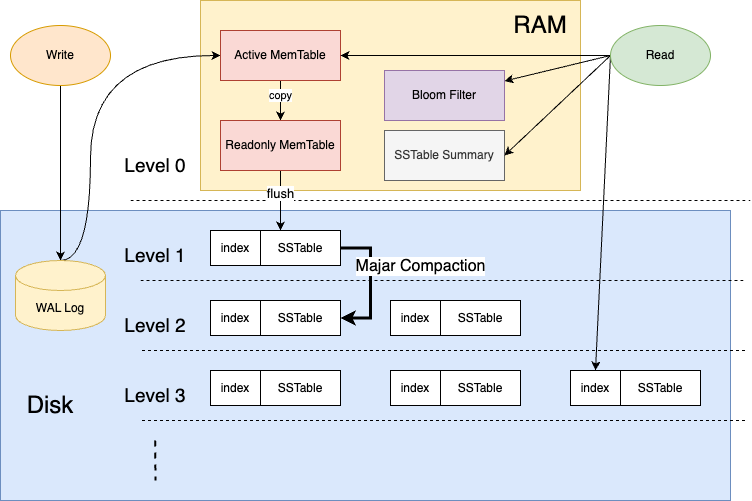
Earlier version of the draw.io export images/java/lsm-tree-structure.drawio.png (Shaun2016/Shaun2016.github.io). Source tidied: cells renumbered, new cells last; positions are measured from the earlier drawing's top-left corner, leaving out a move shared by most shapes. Its diagram source:
```xml
<mxGraphModel>
  <root>
    <mxCell id="0" />
    <mxCell id="1" parent="0" />
    <mxCell id="2" style="rounded=0;whiteSpace=wrap;html=1;fillColor=#fff2cc;strokeColor=#d6b656;" parent="1" vertex="1">
      <mxGeometry x="200" width="380" height="190" as="geometry" />
    </mxCell>
    <mxCell id="3" style="rounded=0;whiteSpace=wrap;html=1;fillColor=#dae8fc;strokeColor=#6c8ebf;" parent="1" vertex="1">
      <mxGeometry y="210" width="730" height="290" as="geometry" />
    </mxCell>
    <mxCell id="4" style="edgeStyle=orthogonalEdgeStyle;rounded=0;jettySize=auto;html=1;exitX=0.5;exitY=1;exitDx=0;exitDy=0;" parent="1" edge="1" source="5" target="8">
      <mxGeometry relative="1" as="geometry" />
    </mxCell>
    <mxCell id="5" value="Write" style="ellipse;whiteSpace=wrap;html=1;fillColor=#ffe6cc;strokeColor=#d79b00;" parent="1" vertex="1">
      <mxGeometry x="10" y="25" width="100" height="60" as="geometry" />
    </mxCell>
    <mxCell id="6" value="Disk" style="text;html=1;align=center;verticalAlign=middle;whiteSpace=wrap;rounded=0;fontSize=24;" parent="1" vertex="1">
      <mxGeometry x="20" y="390" width="60" height="30" as="geometry" />
    </mxCell>
    <mxCell id="7" style="rounded=0;jettySize=auto;html=1;entryX=0;entryY=0.5;entryDx=0;entryDy=0;exitX=0.5;exitY=0;exitDx=0;exitDy=0;exitPerimeter=0;edgeStyle=orthogonalEdgeStyle;curved=1;" parent="1" edge="1" source="8" target="11">
      <mxGeometry relative="1" as="geometry">
        <Array as="points">
          <mxPoint x="90" y="260" />
          <mxPoint x="90" y="55" />
        </Array>
      </mxGeometry>
    </mxCell>
    <mxCell id="8" value="WAL Log" style="shape=cylinder3;whiteSpace=wrap;html=1;boundedLbl=1;backgroundOutline=1;size=15;fillColor=#fff2cc;strokeColor=#d6b656;" parent="1" vertex="1">
      <mxGeometry x="15" y="260" width="90" height="70" as="geometry" />
    </mxCell>
    <mxCell id="9" style="edgeStyle=orthogonalEdgeStyle;rounded=0;jettySize=auto;html=1;" parent="1" edge="1" source="11" target="50">
      <mxGeometry relative="1" as="geometry" />
    </mxCell>
    <mxCell id="10" value="copy" style="edgeLabel;html=1;align=center;verticalAlign=middle;" parent="9" vertex="1">
      <mxGeometry x="0.01" relative="1" as="geometry">
        <mxPoint y="-5" as="offset" />
      </mxGeometry>
    </mxCell>
    <mxCell id="11" value="Active MemTable" style="rounded=0;whiteSpace=wrap;html=1;fillColor=#fad9d5;strokeColor=#ae4132;" parent="1" vertex="1">
      <mxGeometry x="220" y="30" width="120" height="50" as="geometry" />
    </mxCell>
    <mxCell id="12" value="RAM" style="text;html=1;align=center;verticalAlign=middle;whiteSpace=wrap;rounded=0;fontSize=24;" parent="1" vertex="1">
      <mxGeometry x="510" y="10" width="60" height="30" as="geometry" />
    </mxCell>
    <mxCell id="13" value="Bloom Filter" style="rounded=0;whiteSpace=wrap;html=1;fillColor=#e1d5e7;strokeColor=#9673a6;" parent="1" vertex="1">
      <mxGeometry x="384" y="70" width="120" height="50" as="geometry" />
    </mxCell>
    <mxCell id="14" value="SSTable Summary" style="rounded=0;whiteSpace=wrap;html=1;fillColor=#f5f5f5;fontColor=#333333;strokeColor=#666666;" parent="1" vertex="1">
      <mxGeometry x="384" y="130" width="120" height="50" as="geometry" />
    </mxCell>
    <mxCell id="15" style="edgeStyle=orthogonalEdgeStyle;rounded=0;jettySize=auto;html=1;exitX=0;exitY=0.5;exitDx=0;exitDy=0;" parent="1" edge="1" source="19" target="11">
      <mxGeometry relative="1" as="geometry" />
    </mxCell>
    <mxCell id="16" style="rounded=0;jettySize=auto;html=1;exitX=0;exitY=0.5;exitDx=0;exitDy=0;" parent="1" edge="1" source="19" target="13">
      <mxGeometry relative="1" as="geometry" />
    </mxCell>
    <mxCell id="17" style="rounded=0;jettySize=auto;html=1;entryX=1;entryY=0.5;entryDx=0;entryDy=0;exitX=0;exitY=0.5;exitDx=0;exitDy=0;" parent="1" edge="1" source="19" target="14">
      <mxGeometry relative="1" as="geometry" />
    </mxCell>
    <mxCell id="18" style="rounded=0;jettySize=auto;html=1;exitX=0;exitY=0.5;exitDx=0;exitDy=0;entryX=0.5;entryY=0;entryDx=0;entryDy=0;" parent="1" edge="1" source="19" target="44">
      <mxGeometry relative="1" as="geometry" />
    </mxCell>
    <mxCell id="19" value="Read" style="ellipse;whiteSpace=wrap;html=1;fillColor=#d5e8d4;strokeColor=#82b366;" parent="1" vertex="1">
      <mxGeometry x="610" y="25" width="100" height="60" as="geometry" />
    </mxCell>
    <mxCell id="20" style="endArrow=none;dashed=1;html=1;rounded=0;" parent="1" edge="1">
      <mxGeometry relative="1" as="geometry">
        <mxPoint x="130" y="200" as="sourcePoint" />
        <mxPoint x="750" y="200" as="targetPoint" />
      </mxGeometry>
    </mxCell>
    <mxCell id="21" value="Level 0" style="text;html=1;align=center;verticalAlign=middle;whiteSpace=wrap;rounded=0;fontSize=19;" parent="1" vertex="1">
      <mxGeometry x="110" y="150" width="90" height="30" as="geometry" />
    </mxCell>
    <mxCell id="22" style="endArrow=none;dashed=1;html=1;rounded=0;" parent="1" edge="1">
      <mxGeometry relative="1" as="geometry">
        <mxPoint x="140" y="280" as="sourcePoint" />
        <mxPoint x="745" y="280" as="targetPoint" />
      </mxGeometry>
    </mxCell>
    <mxCell id="23" value="Level 1" style="text;html=1;align=center;verticalAlign=middle;whiteSpace=wrap;rounded=0;fontSize=19;" parent="1" vertex="1">
      <mxGeometry x="110" y="240" width="90" height="30" as="geometry" />
    </mxCell>
    <mxCell id="24" style="endArrow=none;dashed=1;html=1;rounded=0;" parent="1" edge="1">
      <mxGeometry relative="1" as="geometry">
        <mxPoint x="141.5" y="350" as="sourcePoint" />
        <mxPoint x="746.5" y="350" as="targetPoint" />
      </mxGeometry>
    </mxCell>
    <mxCell id="25" value="Level 2" style="text;html=1;align=center;verticalAlign=middle;whiteSpace=wrap;rounded=0;fontSize=19;" parent="1" vertex="1">
      <mxGeometry x="110" y="310" width="90" height="30" as="geometry" />
    </mxCell>
    <mxCell id="26" style="endArrow=none;dashed=1;html=1;rounded=0;" parent="1" edge="1">
      <mxGeometry relative="1" as="geometry">
        <mxPoint x="141.5" y="420" as="sourcePoint" />
        <mxPoint x="746.5" y="420" as="targetPoint" />
      </mxGeometry>
    </mxCell>
    <mxCell id="27" value="Level 3" style="text;html=1;align=center;verticalAlign=middle;whiteSpace=wrap;rounded=0;fontSize=19;" parent="1" vertex="1">
      <mxGeometry x="110" y="380" width="90" height="30" as="geometry" />
    </mxCell>
    <mxCell id="28" style="group;fillColor=#e1d5e7;strokeColor=#9673a6;" parent="1" vertex="1">
      <mxGeometry x="210" y="230" width="130" height="35" as="geometry" />
    </mxCell>
    <mxCell id="29" value="index" style="rounded=0;whiteSpace=wrap;html=1;" parent="28" vertex="1">
      <mxGeometry width="50" height="35" as="geometry" />
    </mxCell>
    <mxCell id="30" value="SSTable" style="rounded=0;whiteSpace=wrap;html=1;" parent="28" vertex="1">
      <mxGeometry x="50" width="80" height="35" as="geometry" />
    </mxCell>
    <mxCell id="31" style="group;" parent="1" vertex="1">
      <mxGeometry x="210" y="300" width="130" height="35" as="geometry" />
    </mxCell>
    <mxCell id="32" value="index" style="rounded=0;whiteSpace=wrap;html=1;" parent="31" vertex="1">
      <mxGeometry width="50" height="35" as="geometry" />
    </mxCell>
    <mxCell id="33" value="SSTable" style="rounded=0;whiteSpace=wrap;html=1;" parent="31" vertex="1">
      <mxGeometry x="50" width="80" height="35" as="geometry" />
    </mxCell>
    <mxCell id="34" style="group;" parent="1" vertex="1">
      <mxGeometry x="390" y="300" width="130" height="35" as="geometry" />
    </mxCell>
    <mxCell id="35" value="index" style="rounded=0;whiteSpace=wrap;html=1;" parent="34" vertex="1">
      <mxGeometry width="50" height="35" as="geometry" />
    </mxCell>
    <mxCell id="36" value="SSTable" style="rounded=0;whiteSpace=wrap;html=1;" parent="34" vertex="1">
      <mxGeometry x="50" width="80" height="35" as="geometry" />
    </mxCell>
    <mxCell id="37" style="group;" parent="1" vertex="1">
      <mxGeometry x="210" y="370" width="130" height="35" as="geometry" />
    </mxCell>
    <mxCell id="38" value="index" style="rounded=0;whiteSpace=wrap;html=1;" parent="37" vertex="1">
      <mxGeometry width="50" height="35" as="geometry" />
    </mxCell>
    <mxCell id="39" value="SSTable" style="rounded=0;whiteSpace=wrap;html=1;" parent="37" vertex="1">
      <mxGeometry x="50" width="80" height="35" as="geometry" />
    </mxCell>
    <mxCell id="40" style="group;" parent="1" vertex="1">
      <mxGeometry x="390" y="370" width="130" height="35" as="geometry" />
    </mxCell>
    <mxCell id="41" value="index" style="rounded=0;whiteSpace=wrap;html=1;" parent="40" vertex="1">
      <mxGeometry width="50" height="35" as="geometry" />
    </mxCell>
    <mxCell id="42" value="SSTable" style="rounded=0;whiteSpace=wrap;html=1;" parent="40" vertex="1">
      <mxGeometry x="50" width="80" height="35" as="geometry" />
    </mxCell>
    <mxCell id="43" style="group;" parent="1" vertex="1">
      <mxGeometry x="570" y="370" width="130" height="35" as="geometry" />
    </mxCell>
    <mxCell id="44" value="index" style="rounded=0;whiteSpace=wrap;html=1;" parent="43" vertex="1">
      <mxGeometry width="50" height="35" as="geometry" />
    </mxCell>
    <mxCell id="45" value="SSTable" style="rounded=0;whiteSpace=wrap;html=1;" parent="43" vertex="1">
      <mxGeometry x="50" width="80" height="35" as="geometry" />
    </mxCell>
    <mxCell id="46" style="edgeStyle=orthogonalEdgeStyle;rounded=0;jettySize=auto;html=1;exitX=1;exitY=0.5;exitDx=0;exitDy=0;entryX=1;entryY=0.5;entryDx=0;entryDy=0;strokeWidth=3;" parent="1" edge="1" source="30" target="33">
      <mxGeometry relative="1" as="geometry">
        <Array as="points">
          <mxPoint x="370" y="248" />
          <mxPoint x="370" y="318" />
        </Array>
      </mxGeometry>
    </mxCell>
    <mxCell id="47" value="Majar Compaction" style="edgeLabel;html=1;align=center;verticalAlign=middle;fontSize=16;" parent="46" vertex="1">
      <mxGeometry x="-0.15" y="3" relative="1" as="geometry">
        <mxPoint x="47" y="-7" as="offset" />
      </mxGeometry>
    </mxCell>
    <mxCell id="48" style="edgeStyle=orthogonalEdgeStyle;rounded=0;jettySize=auto;html=1;entryX=0.25;entryY=0;entryDx=0;entryDy=0;" parent="1" edge="1" source="50" target="30">
      <mxGeometry relative="1" as="geometry" />
    </mxCell>
    <mxCell id="49" value="flush" style="edgeLabel;html=1;align=center;verticalAlign=middle;fontSize=13;" parent="48" vertex="1">
      <mxGeometry x="-0.25" relative="1" as="geometry" />
    </mxCell>
    <mxCell id="50" value="Readonly MemTable" style="rounded=0;whiteSpace=wrap;html=1;fillColor=#fad9d5;strokeColor=#ae4132;" parent="1" vertex="1">
      <mxGeometry x="220" y="120" width="120" height="50" as="geometry" />
    </mxCell>
    <mxCell id="51" style="endArrow=none;dashed=1;html=1;rounded=0;strokeWidth=2;" parent="1" edge="1">
      <mxGeometry relative="1" as="geometry">
        <mxPoint x="154.6" y="440" as="sourcePoint" />
        <mxPoint x="155" y="480" as="targetPoint" />
      </mxGeometry>
    </mxCell>
  </root>
</mxGraphModel>
```
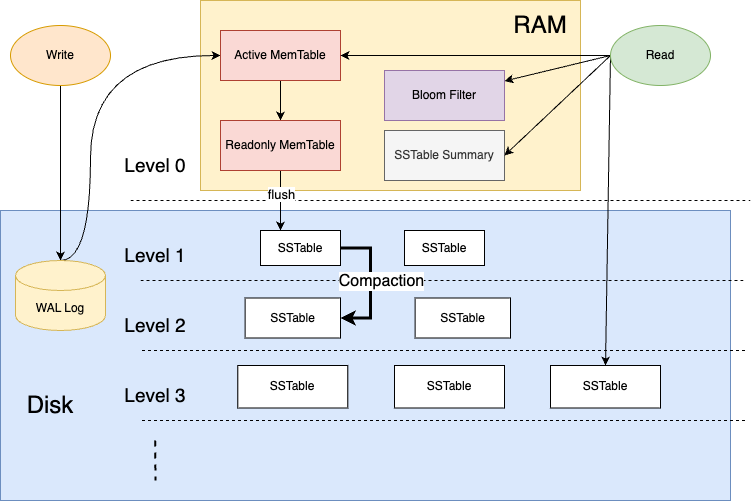
Above is the later version.

Commit message:
lsm-tree

The edit, as a diff of the source:
```diff
@@ -31,11 +31,6 @@
     <mxCell id="9" style="edgeStyle=orthogonalEdgeStyle;rounded=0;jettySize=auto;html=1;" parent="1" edge="1" source="11" target="50">
       <mxGeometry relative="1" as="geometry" />
     </mxCell>
-    <mxCell id="10" value="copy" style="edgeLabel;html=1;align=center;verticalAlign=middle;" parent="9" vertex="1">
-      <mxGeometry x="0.01" relative="1" as="geometry">
-        <mxPoint y="-5" as="offset" />
-      </mxGeometry>
-    </mxCell>
     <mxCell id="11" value="Active MemTable" style="rounded=0;whiteSpace=wrap;html=1;fillColor=#fad9d5;strokeColor=#ae4132;" parent="1" vertex="1">
       <mxGeometry x="220" y="30" width="120" height="50" as="geometry" />
     </mxCell>
@@ -57,7 +52,7 @@
     <mxCell id="17" style="rounded=0;jettySize=auto;html=1;entryX=1;entryY=0.5;entryDx=0;entryDy=0;exitX=0;exitY=0.5;exitDx=0;exitDy=0;" parent="1" edge="1" source="19" target="14">
       <mxGeometry relative="1" as="geometry" />
     </mxCell>
-    <mxCell id="18" style="rounded=0;jettySize=auto;html=1;exitX=0;exitY=0.5;exitDx=0;exitDy=0;entryX=0.5;entryY=0;entryDx=0;entryDy=0;" parent="1" edge="1" source="19" target="44">
+    <mxCell id="18" style="rounded=0;jettySize=auto;html=1;exitX=0;exitY=0.5;exitDx=0;exitDy=0;entryX=0.5;entryY=0;entryDx=0;entryDy=0;" parent="1" edge="1" source="19" target="45">
       <mxGeometry relative="1" as="geometry" />
     </mxCell>
     <mxCell id="19" value="Read" style="ellipse;whiteSpace=wrap;html=1;fillColor=#d5e8d4;strokeColor=#82b366;" parent="1" vertex="1">
@@ -99,60 +94,6 @@
     <mxCell id="27" value="Level 3" style="text;html=1;align=center;verticalAlign=middle;whiteSpace=wrap;rounded=0;fontSize=19;" parent="1" vertex="1">
       <mxGeometry x="110" y="380" width="90" height="30" as="geometry" />
     </mxCell>
-    <mxCell id="28" style="group;fillColor=#e1d5e7;strokeColor=#9673a6;" parent="1" vertex="1">
-      <mxGeometry x="210" y="230" width="130" height="35" as="geometry" />
-    </mxCell>
-    <mxCell id="29" value="index" style="rounded=0;whiteSpace=wrap;html=1;" parent="28" vertex="1">
-      <mxGeometry width="50" height="35" as="geometry" />
-    </mxCell>
-    <mxCell id="30" value="SSTable" style="rounded=0;whiteSpace=wrap;html=1;" parent="28" vertex="1">
-      <mxGeometry x="50" width="80" height="35" as="geometry" />
-    </mxCell>
-    <mxCell id="31" style="group;" parent="1" vertex="1">
-      <mxGeometry x="210" y="300" width="130" height="35" as="geometry" />
-    </mxCell>
-    <mxCell id="32" value="index" style="rounded=0;whiteSpace=wrap;html=1;" parent="31" vertex="1">
-      <mxGeometry width="50" height="35" as="geometry" />
-    </mxCell>
-    <mxCell id="33" value="SSTable" style="rounded=0;whiteSpace=wrap;html=1;" parent="31" vertex="1">
-      <mxGeometry x="50" width="80" height="35" as="geometry" />
-    </mxCell>
-    <mxCell id="34" style="group;" parent="1" vertex="1">
-      <mxGeometry x="390" y="300" width="130" height="35" as="geometry" />
-    </mxCell>
-    <mxCell id="35" value="index" style="rounded=0;whiteSpace=wrap;html=1;" parent="34" vertex="1">
-      <mxGeometry width="50" height="35" as="geometry" />
-    </mxCell>
-    <mxCell id="36" value="SSTable" style="rounded=0;whiteSpace=wrap;html=1;" parent="34" vertex="1">
-      <mxGeometry x="50" width="80" height="35" as="geometry" />
-    </mxCell>
-    <mxCell id="37" style="group;" parent="1" vertex="1">
-      <mxGeometry x="210" y="370" width="130" height="35" as="geometry" />
-    </mxCell>
-    <mxCell id="38" value="index" style="rounded=0;whiteSpace=wrap;html=1;" parent="37" vertex="1">
-      <mxGeometry width="50" height="35" as="geometry" />
-    </mxCell>
-    <mxCell id="39" value="SSTable" style="rounded=0;whiteSpace=wrap;html=1;" parent="37" vertex="1">
-      <mxGeometry x="50" width="80" height="35" as="geometry" />
-    </mxCell>
-    <mxCell id="40" style="group;" parent="1" vertex="1">
-      <mxGeometry x="390" y="370" width="130" height="35" as="geometry" />
-    </mxCell>
-    <mxCell id="41" value="index" style="rounded=0;whiteSpace=wrap;html=1;" parent="40" vertex="1">
-      <mxGeometry width="50" height="35" as="geometry" />
-    </mxCell>
-    <mxCell id="42" value="SSTable" style="rounded=0;whiteSpace=wrap;html=1;" parent="40" vertex="1">
-      <mxGeometry x="50" width="80" height="35" as="geometry" />
-    </mxCell>
-    <mxCell id="43" style="group;" parent="1" vertex="1">
-      <mxGeometry x="570" y="370" width="130" height="35" as="geometry" />
-    </mxCell>
-    <mxCell id="44" value="index" style="rounded=0;whiteSpace=wrap;html=1;" parent="43" vertex="1">
-      <mxGeometry width="50" height="35" as="geometry" />
-    </mxCell>
-    <mxCell id="45" value="SSTable" style="rounded=0;whiteSpace=wrap;html=1;" parent="43" vertex="1">
-      <mxGeometry x="50" width="80" height="35" as="geometry" />
-    </mxCell>
     <mxCell id="46" style="edgeStyle=orthogonalEdgeStyle;rounded=0;jettySize=auto;html=1;exitX=1;exitY=0.5;exitDx=0;exitDy=0;entryX=1;entryY=0.5;entryDx=0;entryDy=0;strokeWidth=3;" parent="1" edge="1" source="30" target="33">
       <mxGeometry relative="1" as="geometry">
         <Array as="points">
@@ -161,9 +102,9 @@
         </Array>
       </mxGeometry>
     </mxCell>
-    <mxCell id="47" value="Majar Compaction" style="edgeLabel;html=1;align=center;verticalAlign=middle;fontSize=16;" parent="46" vertex="1">
+    <mxCell id="47" value="Compaction" style="edgeLabel;html=1;align=center;verticalAlign=middle;fontSize=16;" parent="46" vertex="1">
       <mxGeometry x="-0.15" y="3" relative="1" as="geometry">
-        <mxPoint x="47" y="-7" as="offset" />
+        <mxPoint x="7" y="8" as="offset" />
       </mxGeometry>
     </mxCell>
     <mxCell id="48" style="edgeStyle=orthogonalEdgeStyle;rounded=0;jettySize=auto;html=1;entryX=0.25;entryY=0;entryDx=0;entryDy=0;" parent="1" edge="1" source="50" target="30">
@@ -181,5 +122,26 @@
         <mxPoint x="155" y="480" as="targetPoint" />
       </mxGeometry>
     </mxCell>
+    <mxCell id="30" value="SSTable" style="rounded=0;whiteSpace=wrap;html=1;" parent="1" vertex="1">
+      <mxGeometry x="260" y="230" width="80" height="35" as="geometry" />
+    </mxCell>
+    <mxCell id="45" value="SSTable" style="rounded=0;whiteSpace=wrap;html=1;" parent="1" vertex="1">
+      <mxGeometry x="550" y="365" width="110" height="42.5" as="geometry" />
+    </mxCell>
+    <mxCell id="52" value="SSTable" style="rounded=0;whiteSpace=wrap;html=1;" parent="1" vertex="1">
+      <mxGeometry x="394" y="365" width="110" height="42.5" as="geometry" />
+    </mxCell>
+    <mxCell id="53" value="SSTable" style="rounded=0;whiteSpace=wrap;html=1;" parent="1" vertex="1">
+      <mxGeometry x="237.3" y="365" width="110" height="42.5" as="geometry" />
+    </mxCell>
+    <mxCell id="54" value="SSTable" style="rounded=0;whiteSpace=wrap;html=1;" parent="1" vertex="1">
+      <mxGeometry x="414.6" y="297.5" width="95.4" height="40" as="geometry" />
+    </mxCell>
+    <mxCell id="33" value="SSTable" style="rounded=0;whiteSpace=wrap;html=1;" parent="1" vertex="1">
+      <mxGeometry x="244.6" y="297.5" width="95.4" height="40" as="geometry" />
+    </mxCell>
+    <mxCell id="55" value="SSTable" style="rounded=0;whiteSpace=wrap;html=1;" parent="1" vertex="1">
+      <mxGeometry x="404" y="230" width="80" height="35" as="geometry" />
+    </mxCell>
   </root>
 </mxGraphModel>
```
